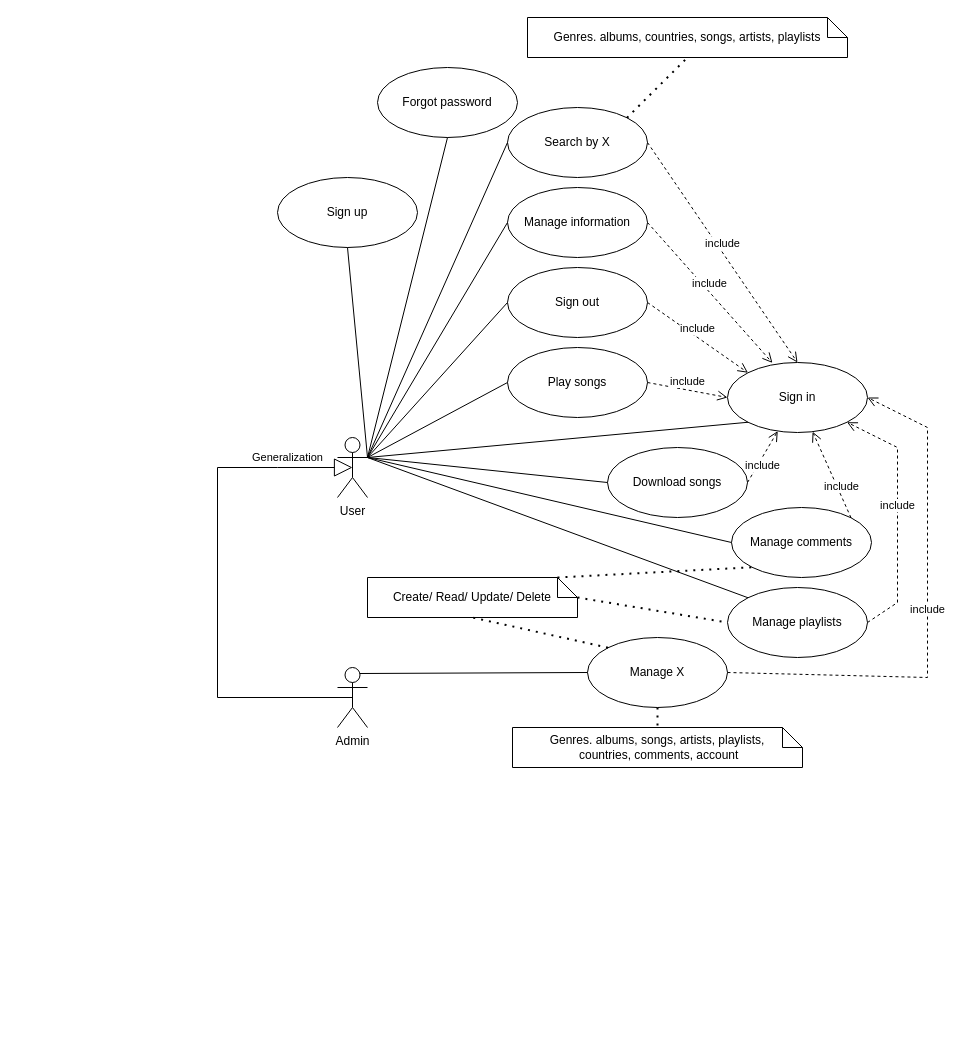
This is page "Page-1" (1 of 2) of PlanExcel/music_uc_diagram.drawio from namcao502/MUSIC, a draw.io file, before an edit. Source tidied: cells renumbered, new cells numbered last; positions are measured from the earlier drawing's top-left corner, leaving out a move shared by most shapes. Both pictures are drawn from the tidied source at 100%, with x=0, y=0 at pixel (217, 17).
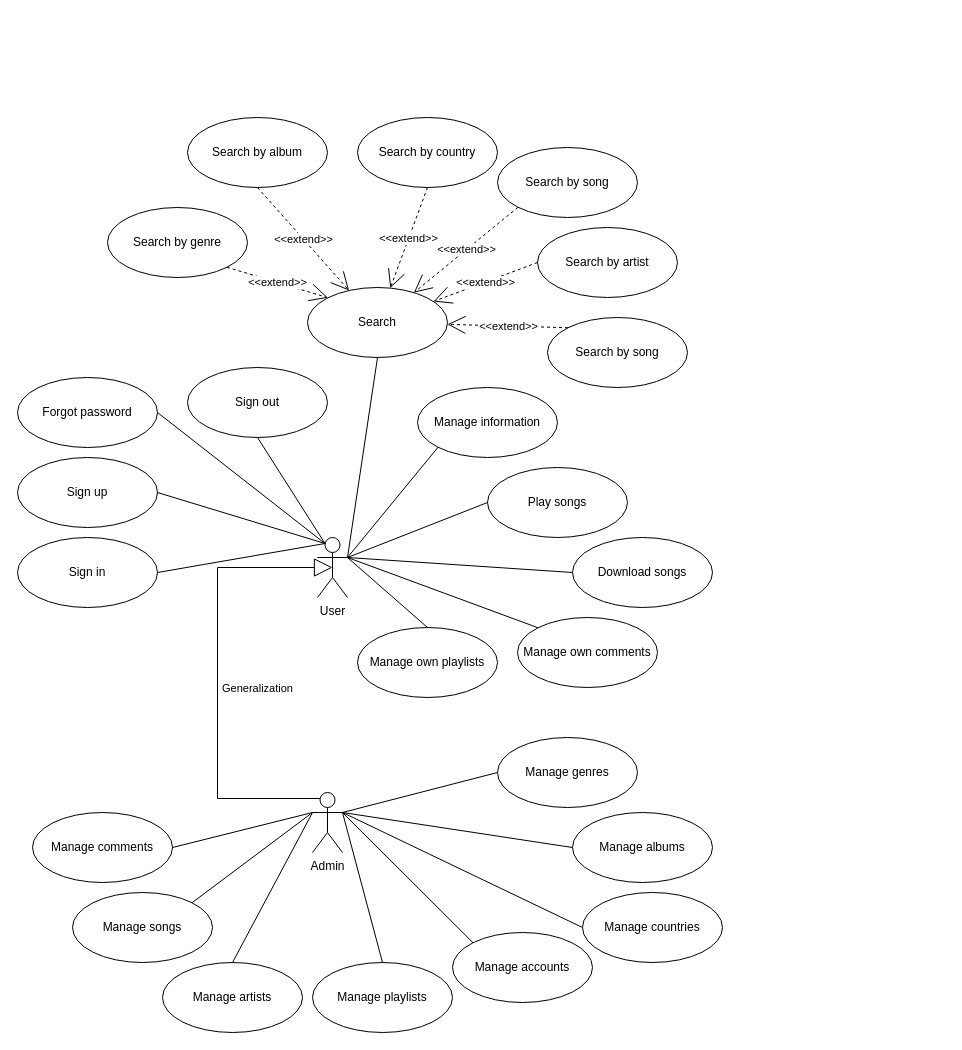
The same diagram, later.

What changed in the source:
```diff
@@
     <mxCell id="2" value="User" style="shape=umlActor;verticalLabelPosition=bottom;verticalAlign=top;html=1;outlineConnect=0;" parent="1" vertex="1">
-      <mxGeometry x="120" y="420" width="30" height="60" as="geometry" />
+      <mxGeometry x="100" y="520" width="30" height="60" as="geometry" />
     </mxCell>
     <mxCell id="3" value="Admin" style="shape=umlActor;verticalLabelPosition=bottom;verticalAlign=top;html=1;outlineConnect=0;" parent="1" vertex="1">
-      <mxGeometry x="120" y="650" width="30" height="60" as="geometry" />
+      <mxGeometry x="95" y="775" width="30" height="60" as="geometry" />
     </mxCell>
     <mxCell id="4" value="Sign in" style="ellipse;whiteSpace=wrap;html=1;" parent="1" vertex="1">
-      <mxGeometry x="510" y="345" width="140" height="70" as="geometry" />
+      <mxGeometry x="-200" y="520" width="140" height="70" as="geometry" />
     </mxCell>
     <mxCell id="5" value="Sign out" style="ellipse;whiteSpace=wrap;html=1;" parent="1" vertex="1">
-      <mxGeometry x="290" y="250" width="140" height="70" as="geometry" />
+      <mxGeometry x="-30" y="350" width="140" height="70" as="geometry" />
     </mxCell>
     <mxCell id="6" value="Sign up" style="ellipse;whiteSpace=wrap;html=1;" parent="1" vertex="1">
-      <mxGeometry x="60" y="160" width="140" height="70" as="geometry" />
+      <mxGeometry x="-200" y="440" width="140" height="70" as="geometry" />
     </mxCell>
-    <mxCell id="7" value="Search by X" style="ellipse;whiteSpace=wrap;html=1;" parent="1" vertex="1">
-      <mxGeometry x="290" y="90" width="140" height="70" as="geometry" />
+    <mxCell id="7" value="Search" style="ellipse;whiteSpace=wrap;html=1;" parent="1" vertex="1">
+      <mxGeometry x="90" y="270" width="140" height="70" as="geometry" />
     </mxCell>
-    <mxCell id="8" value="include" style="html=1;verticalAlign=bottom;endArrow=open;dashed=1;endSize=8;rounded=0;exitX=1;exitY=0.5;exitDx=0;exitDy=0;entryX=0;entryY=0;entryDx=0;entryDy=0;" parent="1" edge="1" source="5" target="4">
-      <mxGeometry relative="1" as="geometry" />
-    </mxCell>
-    <mxCell id="9" value="Manage comments" style="ellipse;whiteSpace=wrap;html=1;" parent="1" vertex="1">
-      <mxGeometry x="514" y="490" width="140" height="70" as="geometry" />
+    <mxCell id="9" value="Manage own comments" style="ellipse;whiteSpace=wrap;html=1;" parent="1" vertex="1">
+      <mxGeometry x="300" y="600" width="140" height="70" as="geometry" />
     </mxCell>
     <mxCell id="10" value="Play songs" style="ellipse;whiteSpace=wrap;html=1;" parent="1" vertex="1">
-      <mxGeometry x="290" y="330" width="140" height="70" as="geometry" />
+      <mxGeometry x="270" y="450" width="140" height="70" as="geometry" />
     </mxCell>
-    <mxCell id="11" value="Create/ Read/ Update/ Delete" style="shape=note;size=20;whiteSpace=wrap;html=1;" parent="1" vertex="1">
-      <mxGeometry x="150" y="560" width="210" height="40" as="geometry" />
-    </mxCell>
-    <mxCell id="12" value="Manage playlists" style="ellipse;whiteSpace=wrap;html=1;" parent="1" vertex="1">
-      <mxGeometry x="510" y="570" width="140" height="70" as="geometry" />
+    <mxCell id="12" value="Manage own playlists" style="ellipse;whiteSpace=wrap;html=1;" parent="1" vertex="1">
+      <mxGeometry x="140" y="610" width="140" height="70" as="geometry" />
     </mxCell>
-    <mxCell id="13" value="Manage X" style="ellipse;whiteSpace=wrap;html=1;" parent="1" vertex="1">
-      <mxGeometry x="370" y="620" width="140" height="70" as="geometry" />
+    <mxCell id="13" value="Manage genres" style="ellipse;whiteSpace=wrap;html=1;" parent="1" vertex="1">
+      <mxGeometry x="280" y="720" width="140" height="70" as="geometry" />
     </mxCell>
-    <mxCell id="14" value="include" style="html=1;verticalAlign=bottom;endArrow=open;dashed=1;endSize=8;rounded=0;exitX=1;exitY=0.5;exitDx=0;exitDy=0;entryX=0.5;entryY=0;entryDx=0;entryDy=0;" parent="1" edge="1" source="7" target="4">
-      <mxGeometry relative="1" as="geometry" />
-    </mxCell>
-    <mxCell id="15" value="Genres. albums, songs, artists, playlists,&lt;br&gt;&amp;nbsp;countries, comments, account" style="shape=note;size=20;whiteSpace=wrap;html=1;" parent="1" vertex="1">
-      <mxGeometry x="295" y="710" width="290" height="40" as="geometry" />
-    </mxCell>
-    <mxCell id="16" style="endArrow=none;dashed=1;html=1;dashPattern=1 3;strokeWidth=2;rounded=0;exitX=0;exitY=0;exitDx=0;exitDy=0;entryX=0.5;entryY=1;entryDx=0;entryDy=0;entryPerimeter=0;" parent="1" edge="1" source="13" target="11">
-      <mxGeometry relative="1" as="geometry" />
-    </mxCell>
-    <mxCell id="17" style="endArrow=none;dashed=1;html=1;dashPattern=1 3;strokeWidth=2;rounded=0;exitX=0.5;exitY=1;exitDx=0;exitDy=0;" parent="1" edge="1" source="13" target="15">
-      <mxGeometry relative="1" as="geometry" />
-    </mxCell>
-    <mxCell id="18" value="include" style="html=1;verticalAlign=bottom;endArrow=open;dashed=1;endSize=8;rounded=0;exitX=1;exitY=0;exitDx=0;exitDy=0;" parent="1" edge="1" source="9" target="4">
-      <mxGeometry x="-0.5" relative="1" as="geometry" />
-    </mxCell>
-    <mxCell id="19" value="include" style="html=1;verticalAlign=bottom;endArrow=open;dashed=1;endSize=8;rounded=0;exitX=1;exitY=0.5;exitDx=0;exitDy=0;entryX=1;entryY=1;entryDx=0;entryDy=0;" parent="1" edge="1" source="12" target="4">
-      <mxGeometry relative="1" as="geometry">
-        <Array as="points">
-          <mxPoint x="680" y="585" />
-          <mxPoint x="680" y="430" />
-        </Array>
-      </mxGeometry>
-    </mxCell>
-    <mxCell id="20" value="include" style="html=1;verticalAlign=bottom;endArrow=open;dashed=1;endSize=8;rounded=0;exitX=1;exitY=0.5;exitDx=0;exitDy=0;entryX=1;entryY=0.5;entryDx=0;entryDy=0;" parent="1" edge="1" source="13" target="4">
-      <mxGeometry relative="1" as="geometry">
-        <Array as="points">
-          <mxPoint x="710" y="660" />
-          <mxPoint x="710" y="410" />
-        </Array>
-      </mxGeometry>
-    </mxCell>
-    <mxCell id="21" value="include" style="html=1;verticalAlign=bottom;endArrow=open;dashed=1;endSize=8;rounded=0;exitX=1;exitY=0.5;exitDx=0;exitDy=0;entryX=0;entryY=0.5;entryDx=0;entryDy=0;" parent="1" edge="1" source="10" target="4">
-      <mxGeometry relative="1" as="geometry" />
-    </mxCell>
-    <mxCell id="22" style="endArrow=none;dashed=1;html=1;dashPattern=1 3;strokeWidth=2;rounded=0;exitX=0;exitY=0;exitDx=210;exitDy=20;exitPerimeter=0;entryX=0;entryY=0.5;entryDx=0;entryDy=0;" parent="1" edge="1" source="11" target="12">
-      <mxGeometry relative="1" as="geometry" />
-    </mxCell>
-    <mxCell id="23" style="endArrow=none;dashed=1;html=1;dashPattern=1 3;strokeWidth=2;rounded=0;entryX=0;entryY=1;entryDx=0;entryDy=0;exitX=0;exitY=0;exitDx=190;exitDy=0;exitPerimeter=0;" parent="1" edge="1" source="11" target="9">
-      <mxGeometry relative="1" as="geometry" />
-    </mxCell>
-    <mxCell id="24" value="Genres. albums, countries, songs, artists, playlists" style="shape=note;size=20;whiteSpace=wrap;html=1;" parent="1" vertex="1">
-      <mxGeometry x="310" width="320" height="40" as="geometry" />
-    </mxCell>
-    <mxCell id="25" style="endArrow=none;dashed=1;html=1;dashPattern=1 3;strokeWidth=2;rounded=0;entryX=0.5;entryY=1;entryDx=0;entryDy=0;entryPerimeter=0;exitX=1;exitY=0;exitDx=0;exitDy=0;" parent="1" edge="1" source="7" target="24">
-      <mxGeometry relative="1" as="geometry" />
-    </mxCell>
-    <mxCell id="26" value="Generalization" style="endArrow=block;endSize=16;endFill=0;html=1;rounded=0;exitX=0.5;exitY=0.5;exitDx=0;exitDy=0;exitPerimeter=0;entryX=0.5;entryY=0.5;entryDx=0;entryDy=0;entryPerimeter=0;" parent="1" edge="1" source="3" target="2">
-      <mxGeometry x="0.74" y="10" relative="1" as="geometry">
+    <mxCell id="26" value="Generalization" style="endArrow=block;endSize=16;endFill=0;html=1;rounded=0;exitX=0.25;exitY=0.1;exitDx=0;exitDy=0;exitPerimeter=0;entryX=0.5;entryY=0.5;entryDx=0;entryDy=0;entryPerimeter=0;" parent="1" edge="1" source="3" target="2">
+      <mxGeometry x="-0.05" y="-40" relative="1" as="geometry">
         <Array as="points">
-          <mxPoint y="680" />
-          <mxPoint y="450" />
-          <mxPoint x="60" y="450" />
+          <mxPoint y="781" />
+          <mxPoint y="550" />
         </Array>
       </mxGeometry>
     </mxCell>
-    <mxCell id="27" style="endArrow=none;html=1;rounded=0;exitX=0.75;exitY=0.1;exitDx=0;exitDy=0;exitPerimeter=0;entryX=0;entryY=0.5;entryDx=0;entryDy=0;" parent="1" edge="1" source="3" target="13">
+    <mxCell id="27" style="endArrow=none;html=1;rounded=0;entryX=0;entryY=0.5;entryDx=0;entryDy=0;exitX=1;exitY=0.3333333333333333;exitDx=0;exitDy=0;exitPerimeter=0;" parent="1" edge="1" source="3" target="13">
       <mxGeometry relative="1" as="geometry" />
     </mxCell>
@@
-    <mxCell id="29" style="endArrow=none;html=1;rounded=0;exitX=1;exitY=0.3333333333333333;exitDx=0;exitDy=0;exitPerimeter=0;entryX=0.5;entryY=1;entryDx=0;entryDy=0;" parent="1" edge="1" source="2" target="6">
+    <mxCell id="29" style="endArrow=none;html=1;rounded=0;exitX=0.25;exitY=0.1;exitDx=0;exitDy=0;exitPerimeter=0;entryX=1;entryY=0.5;entryDx=0;entryDy=0;" parent="1" edge="1" source="2" target="6">
       <mxGeometry relative="1" as="geometry" />
     </mxCell>
-    <mxCell id="30" style="endArrow=none;html=1;rounded=0;entryX=1;entryY=0.3333333333333333;entryDx=0;entryDy=0;entryPerimeter=0;exitX=0;exitY=0.5;exitDx=0;exitDy=0;" parent="1" edge="1" source="9" target="2">
+    <mxCell id="30" style="endArrow=none;html=1;rounded=0;entryX=1;entryY=0.3333333333333333;entryDx=0;entryDy=0;entryPerimeter=0;exitX=0;exitY=0;exitDx=0;exitDy=0;" parent="1" edge="1" source="9" target="2">
       <mxGeometry relative="1" as="geometry" />
     </mxCell>
-    <mxCell id="31" style="endArrow=none;html=1;rounded=0;entryX=1;entryY=0.3333333333333333;entryDx=0;entryDy=0;entryPerimeter=0;exitX=0;exitY=0;exitDx=0;exitDy=0;" parent="1" edge="1" source="12" target="2">
+    <mxCell id="31" style="endArrow=none;html=1;rounded=0;entryX=1;entryY=0.3333333333333333;entryDx=0;entryDy=0;entryPerimeter=0;exitX=0.5;exitY=0;exitDx=0;exitDy=0;" parent="1" edge="1" source="12" target="2">
       <mxGeometry relative="1" as="geometry" />
     </mxCell>
-    <mxCell id="32" style="endArrow=none;html=1;rounded=0;entryX=0;entryY=0.5;entryDx=0;entryDy=0;exitX=1;exitY=0.3333333333333333;exitDx=0;exitDy=0;exitPerimeter=0;" parent="1" edge="1" source="2" target="5">
+    <mxCell id="32" style="endArrow=none;html=1;rounded=0;entryX=0.5;entryY=1;entryDx=0;entryDy=0;exitX=0.25;exitY=0.1;exitDx=0;exitDy=0;exitPerimeter=0;" parent="1" edge="1" source="2" target="5">
       <mxGeometry relative="1" as="geometry" />
     </mxCell>
-    <mxCell id="33" style="endArrow=none;html=1;rounded=0;entryX=0;entryY=0.5;entryDx=0;entryDy=0;exitX=1;exitY=0.3333333333333333;exitDx=0;exitDy=0;exitPerimeter=0;" parent="1" edge="1" source="2" target="7">
+    <mxCell id="33" style="endArrow=none;html=1;rounded=0;entryX=0.5;entryY=1;entryDx=0;entryDy=0;exitX=1;exitY=0.3333333333333333;exitDx=0;exitDy=0;exitPerimeter=0;" parent="1" edge="1" source="2" target="7">
       <mxGeometry relative="1" as="geometry" />
     </mxCell>
-    <mxCell id="34" style="endArrow=none;html=1;rounded=0;entryX=0;entryY=1;entryDx=0;entryDy=0;exitX=1;exitY=0.3333333333333333;exitDx=0;exitDy=0;exitPerimeter=0;" parent="1" edge="1" source="2" target="4">
+    <mxCell id="34" style="endArrow=none;html=1;rounded=0;entryX=1;entryY=0.5;entryDx=0;entryDy=0;exitX=0.25;exitY=0.1;exitDx=0;exitDy=0;exitPerimeter=0;" parent="1" edge="1" source="2" target="4">
       <mxGeometry relative="1" as="geometry" />
     </mxCell>
     <mxCell id="35" value="Manage information" style="ellipse;whiteSpace=wrap;html=1;" parent="1" vertex="1">
-      <mxGeometry x="290" y="170" width="140" height="70" as="geometry" />
+      <mxGeometry x="200" y="370" width="140" height="70" as="geometry" />
     </mxCell>
-    <mxCell id="36" value="include" style="html=1;verticalAlign=bottom;endArrow=open;dashed=1;endSize=8;rounded=0;exitX=1;exitY=0.5;exitDx=0;exitDy=0;entryX=0.321;entryY=0.006;entryDx=0;entryDy=0;entryPerimeter=0;" parent="1" edge="1" source="35" target="4">
-      <mxGeometry relative="1" as="geometry" />
-    </mxCell>
-    <mxCell id="37" style="endArrow=none;html=1;rounded=0;entryX=0;entryY=0.5;entryDx=0;entryDy=0;exitX=1;exitY=0.3333333333333333;exitDx=0;exitDy=0;exitPerimeter=0;" parent="1" edge="1" source="2" target="35">
+    <mxCell id="37" style="endArrow=none;html=1;rounded=0;entryX=0;entryY=1;entryDx=0;entryDy=0;exitX=1;exitY=0.3333333333333333;exitDx=0;exitDy=0;exitPerimeter=0;" parent="1" edge="1" source="2" target="35">
       <mxGeometry relative="1" as="geometry" />
     </mxCell>
     <mxCell id="38" value="Forgot password" style="ellipse;whiteSpace=wrap;html=1;" parent="1" vertex="1">
-      <mxGeometry x="160" y="50" width="140" height="70" as="geometry" />
+      <mxGeometry x="-200" y="360" width="140" height="70" as="geometry" />
     </mxCell>
-    <mxCell id="39" style="endArrow=none;html=1;rounded=0;entryX=0.5;entryY=1;entryDx=0;entryDy=0;exitX=1;exitY=0.3333333333333333;exitDx=0;exitDy=0;exitPerimeter=0;" parent="1" edge="1" source="2" target="38">
+    <mxCell id="39" style="endArrow=none;html=1;rounded=0;entryX=1;entryY=0.5;entryDx=0;entryDy=0;exitX=0.25;exitY=0.1;exitDx=0;exitDy=0;exitPerimeter=0;" parent="1" edge="1" source="2" target="38">
       <mxGeometry relative="1" as="geometry" />
     </mxCell>
     <mxCell id="40" value="Download songs" style="ellipse;whiteSpace=wrap;html=1;" parent="1" vertex="1">
-      <mxGeometry x="390" y="430" width="140" height="70" as="geometry" />
+      <mxGeometry x="355" y="520" width="140" height="70" as="geometry" />
     </mxCell>
@@
-    <mxCell id="42" value="include" style="html=1;verticalAlign=bottom;endArrow=open;dashed=1;endSize=8;rounded=0;exitX=1;exitY=0.5;exitDx=0;exitDy=0;" parent="1" edge="1" source="40" target="4">
-      <mxGeometry x="-0.5" y="-9" relative="1" as="geometry" />
-    </mxCell>
+    <mxCell id="43" value="Manage accounts" style="ellipse;whiteSpace=wrap;html=1;" parent="1" vertex="1">
+      <mxGeometry x="235" y="915" width="140" height="70" as="geometry" />
+    </mxCell>
+    <mxCell id="44" value="Manage albums" style="ellipse;whiteSpace=wrap;html=1;" parent="1" vertex="1">
+      <mxGeometry x="355" y="795" width="140" height="70" as="geometry" />
+    </mxCell>
+    <mxCell id="45" value="Manage artists" style="ellipse;whiteSpace=wrap;html=1;" parent="1" vertex="1">
+      <mxGeometry x="-55" y="945" width="140" height="70" as="geometry" />
+    </mxCell>
+    <mxCell id="46" value="Manage songs" style="ellipse;whiteSpace=wrap;html=1;" parent="1" vertex="1">
+      <mxGeometry x="-145" y="875" width="140" height="70" as="geometry" />
+    </mxCell>
+    <mxCell id="47" value="Manage countries" style="ellipse;whiteSpace=wrap;html=1;" parent="1" vertex="1">
+      <mxGeometry x="365" y="875" width="140" height="70" as="geometry" />
+    </mxCell>
+    <mxCell id="48" value="Manage comments" style="ellipse;whiteSpace=wrap;html=1;" parent="1" vertex="1">
+      <mxGeometry x="-185" y="795" width="140" height="70" as="geometry" />
+    </mxCell>
+    <mxCell id="49" value="Manage playlists" style="ellipse;whiteSpace=wrap;html=1;" parent="1" vertex="1">
+      <mxGeometry x="95" y="945" width="140" height="70" as="geometry" />
+    </mxCell>
+    <mxCell id="50" style="endArrow=none;html=1;rounded=0;exitX=1;exitY=0.3333333333333333;exitDx=0;exitDy=0;exitPerimeter=0;entryX=0;entryY=0.5;entryDx=0;entryDy=0;" parent="1" edge="1" source="3" target="44">
+      <mxGeometry relative="1" as="geometry" />
+    </mxCell>
+    <mxCell id="51" style="endArrow=none;html=1;rounded=0;exitX=1;exitY=0.3333333333333333;exitDx=0;exitDy=0;exitPerimeter=0;entryX=0;entryY=0.5;entryDx=0;entryDy=0;" parent="1" edge="1" source="3" target="47">
+      <mxGeometry relative="1" as="geometry" />
+    </mxCell>
+    <mxCell id="52" style="endArrow=none;html=1;rounded=0;exitX=0;exitY=0;exitDx=0;exitDy=0;entryX=1;entryY=0.3333333333333333;entryDx=0;entryDy=0;entryPerimeter=0;" parent="1" edge="1" source="43" target="3">
+      <mxGeometry relative="1" as="geometry" />
+    </mxCell>
+    <mxCell id="53" style="endArrow=none;html=1;rounded=0;entryX=1;entryY=0.3333333333333333;entryDx=0;entryDy=0;entryPerimeter=0;exitX=0.5;exitY=0;exitDx=0;exitDy=0;" parent="1" edge="1" source="49" target="3">
+      <mxGeometry relative="1" as="geometry" />
+    </mxCell>
+    <mxCell id="54" style="endArrow=none;html=1;rounded=0;exitX=0;exitY=0.3333333333333333;exitDx=0;exitDy=0;exitPerimeter=0;entryX=0.5;entryY=0;entryDx=0;entryDy=0;" parent="1" edge="1" source="3" target="45">
+      <mxGeometry relative="1" as="geometry" />
+    </mxCell>
+    <mxCell id="55" style="endArrow=none;html=1;rounded=0;exitX=0;exitY=0.3333333333333333;exitDx=0;exitDy=0;exitPerimeter=0;entryX=1;entryY=0;entryDx=0;entryDy=0;" parent="1" edge="1" source="3" target="46">
+      <mxGeometry relative="1" as="geometry" />
+    </mxCell>
+    <mxCell id="56" style="endArrow=none;html=1;rounded=0;exitX=0;exitY=0.3333333333333333;exitDx=0;exitDy=0;exitPerimeter=0;entryX=1;entryY=0.5;entryDx=0;entryDy=0;" parent="1" edge="1" source="3" target="48">
+      <mxGeometry relative="1" as="geometry" />
+    </mxCell>
+    <mxCell id="57" value="Search by genre" style="ellipse;whiteSpace=wrap;html=1;" parent="1" vertex="1">
+      <mxGeometry x="-110" y="190" width="140" height="70" as="geometry" />
+    </mxCell>
+    <mxCell id="58" value="Search by album" style="ellipse;whiteSpace=wrap;html=1;" parent="1" vertex="1">
+      <mxGeometry x="-30" y="100" width="140" height="70" as="geometry" />
+    </mxCell>
+    <mxCell id="59" value="Search by country" style="ellipse;whiteSpace=wrap;html=1;" parent="1" vertex="1">
+      <mxGeometry x="140" y="100" width="140" height="70" as="geometry" />
+    </mxCell>
+    <mxCell id="60" value="Search by song" style="ellipse;whiteSpace=wrap;html=1;" parent="1" vertex="1">
+      <mxGeometry x="280" y="130" width="140" height="70" as="geometry" />
+    </mxCell>
+    <mxCell id="61" value="Search by song" style="ellipse;whiteSpace=wrap;html=1;" parent="1" vertex="1">
+      <mxGeometry x="330" y="300" width="140" height="70" as="geometry" />
+    </mxCell>
+    <mxCell id="62" value="Search by artist" style="ellipse;whiteSpace=wrap;html=1;" parent="1" vertex="1">
+      <mxGeometry x="320" y="210" width="140" height="70" as="geometry" />
+    </mxCell>
+    <mxCell id="63" value="&amp;lt;&amp;lt;extend&amp;gt;&amp;gt;" style="endArrow=open;endSize=16;endFill=0;html=1;rounded=0;exitX=1;exitY=1;exitDx=0;exitDy=0;entryX=0;entryY=0;entryDx=0;entryDy=0;dashed=1;" parent="1" edge="1" source="57" target="7">
+      <mxGeometry relative="1" as="geometry" />
+    </mxCell>
+    <mxCell id="64" value="&amp;lt;&amp;lt;extend&amp;gt;&amp;gt;" style="endArrow=open;endSize=16;endFill=0;html=1;rounded=0;exitX=0.5;exitY=1;exitDx=0;exitDy=0;dashed=1;" parent="1" edge="1" source="58" target="7">
+      <mxGeometry relative="1" as="geometry" />
+    </mxCell>
+    <mxCell id="65" value="&amp;lt;&amp;lt;extend&amp;gt;&amp;gt;" style="endArrow=open;endSize=16;endFill=0;html=1;rounded=0;exitX=0.5;exitY=1;exitDx=0;exitDy=0;dashed=1;" parent="1" edge="1" source="59" target="7">
+      <mxGeometry relative="1" as="geometry" />
+    </mxCell>
+    <mxCell id="66" value="&amp;lt;&amp;lt;extend&amp;gt;&amp;gt;" style="endArrow=open;endSize=16;endFill=0;html=1;rounded=0;exitX=0;exitY=1;exitDx=0;exitDy=0;dashed=1;" parent="1" edge="1" source="60" target="7">
+      <mxGeometry relative="1" as="geometry" />
+    </mxCell>
+    <mxCell id="67" value="&amp;lt;&amp;lt;extend&amp;gt;&amp;gt;" style="endArrow=open;endSize=16;endFill=0;html=1;rounded=0;exitX=0;exitY=0.5;exitDx=0;exitDy=0;dashed=1;" parent="1" edge="1" source="62" target="7">
+      <mxGeometry relative="1" as="geometry" />
+    </mxCell>
+    <mxCell id="68" value="&amp;lt;&amp;lt;extend&amp;gt;&amp;gt;" style="endArrow=open;endSize=16;endFill=0;html=1;rounded=0;exitX=0;exitY=0;exitDx=0;exitDy=0;dashed=1;" parent="1" edge="1" source="61" target="7">
+      <mxGeometry relative="1" as="geometry" />
+    </mxCell>
```
